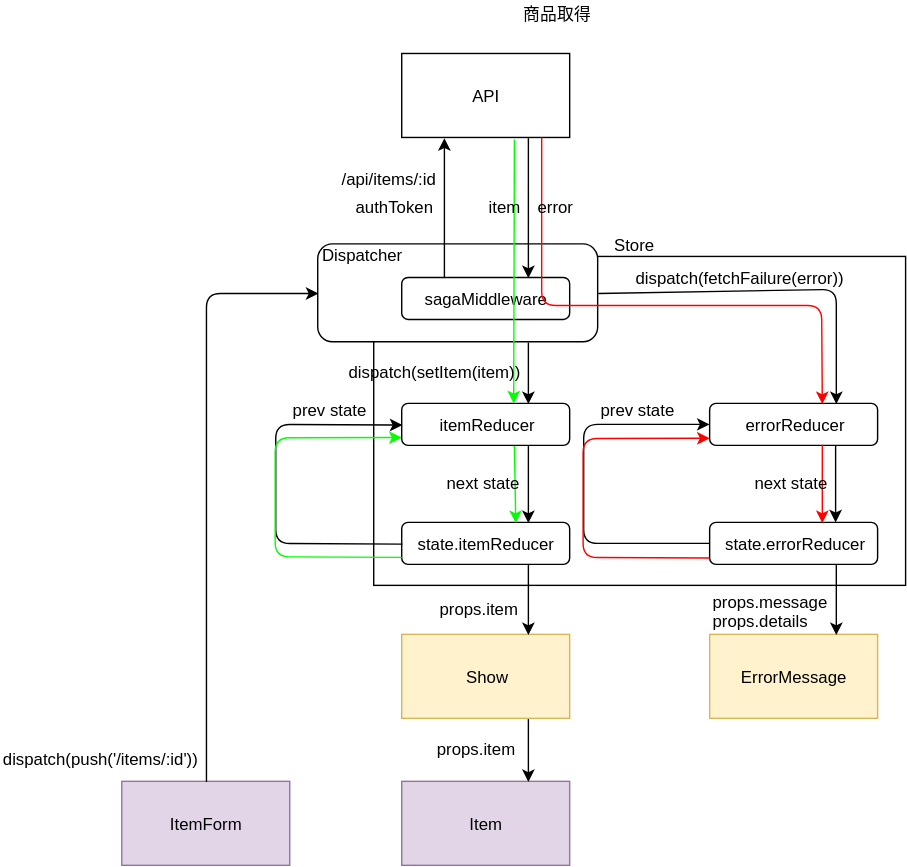
Before: diagram/dataFlow/show.svg, a diagram exported from draw.io (emgniddikur/react-app). Source tidied: cells renumbered, new cells last; positions are measured from the earlier drawing's top-left corner, leaving out a move shared by most shapes.
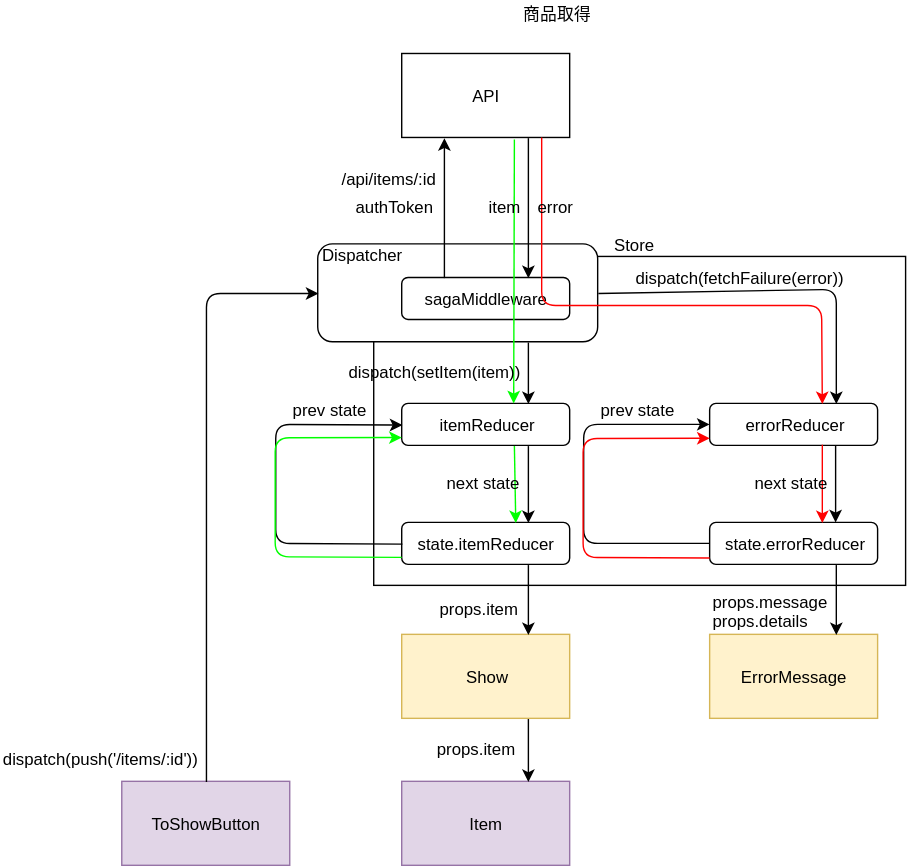
After the change.

Change to the diagram source:
```diff
@@ -92,7 +92,7 @@
     <mxCell id="24" value="Item" style="rounded=0;whiteSpace=wrap;html=1;fillColor=#e1d5e7;strokeColor=#9673a6;" parent="1" vertex="1">
       <mxGeometry x="286.5" y="557.5" width="120" height="60" as="geometry" />
     </mxCell>
-    <mxCell id="25" value="ItemForm" style="rounded=0;whiteSpace=wrap;html=1;fillColor=#e1d5e7;strokeColor=#9673a6;" parent="1" vertex="1">
+    <mxCell id="25" value="ToShowButton" style="rounded=0;whiteSpace=wrap;html=1;fillColor=#e1d5e7;strokeColor=#9673a6;" parent="1" vertex="1">
       <mxGeometry x="86.5" y="557.5" width="120" height="60" as="geometry" />
     </mxCell>
     <mxCell id="26" value="ErrorMessage" style="rounded=0;whiteSpace=wrap;html=1;fillColor=#fff2cc;strokeColor=#d6b656;" parent="1" vertex="1">
```
